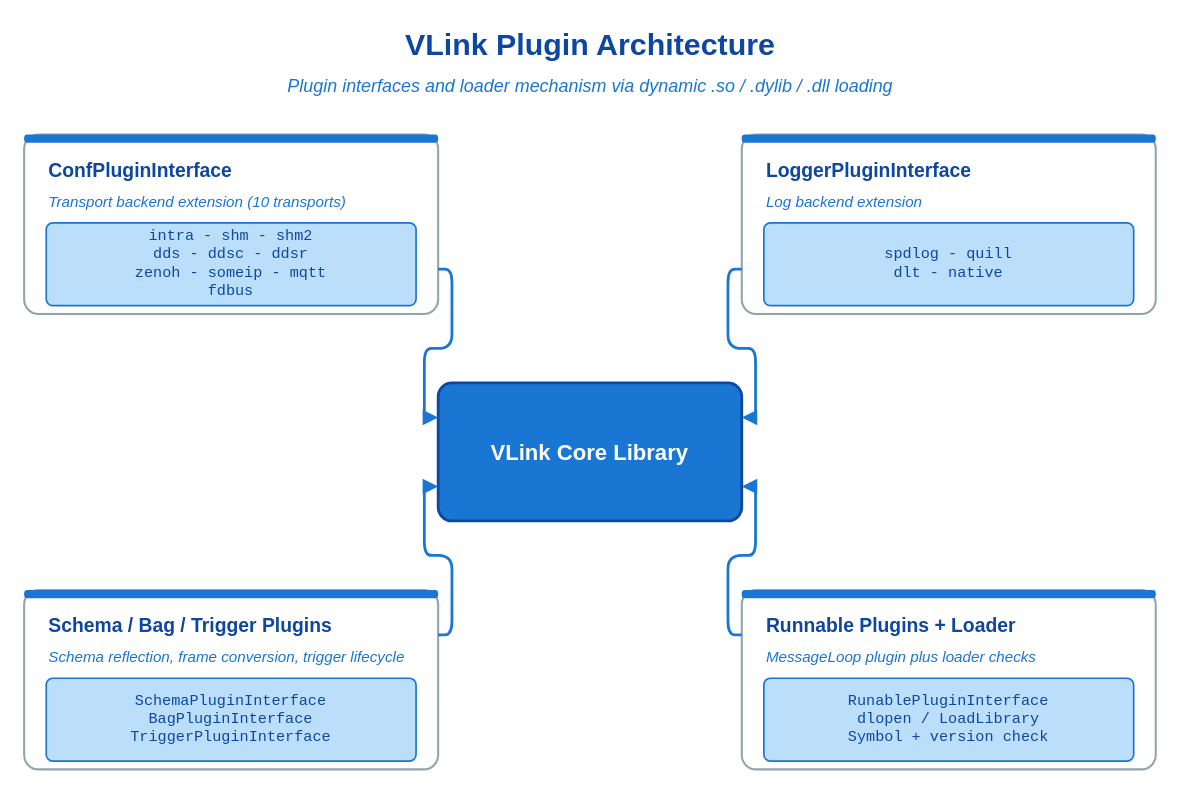
Above: doc/images/plugin-architecture.drawio in thun-res/vlink (draw.io), before the change. Source tidied: cells renumbered, new cells numbered last; positions are measured from the earlier drawing's top-left corner, leaving out a move shared by most shapes. Both pictures are drawn from the tidied source at 138%, with x=0, y=0 at pixel (23, 23).
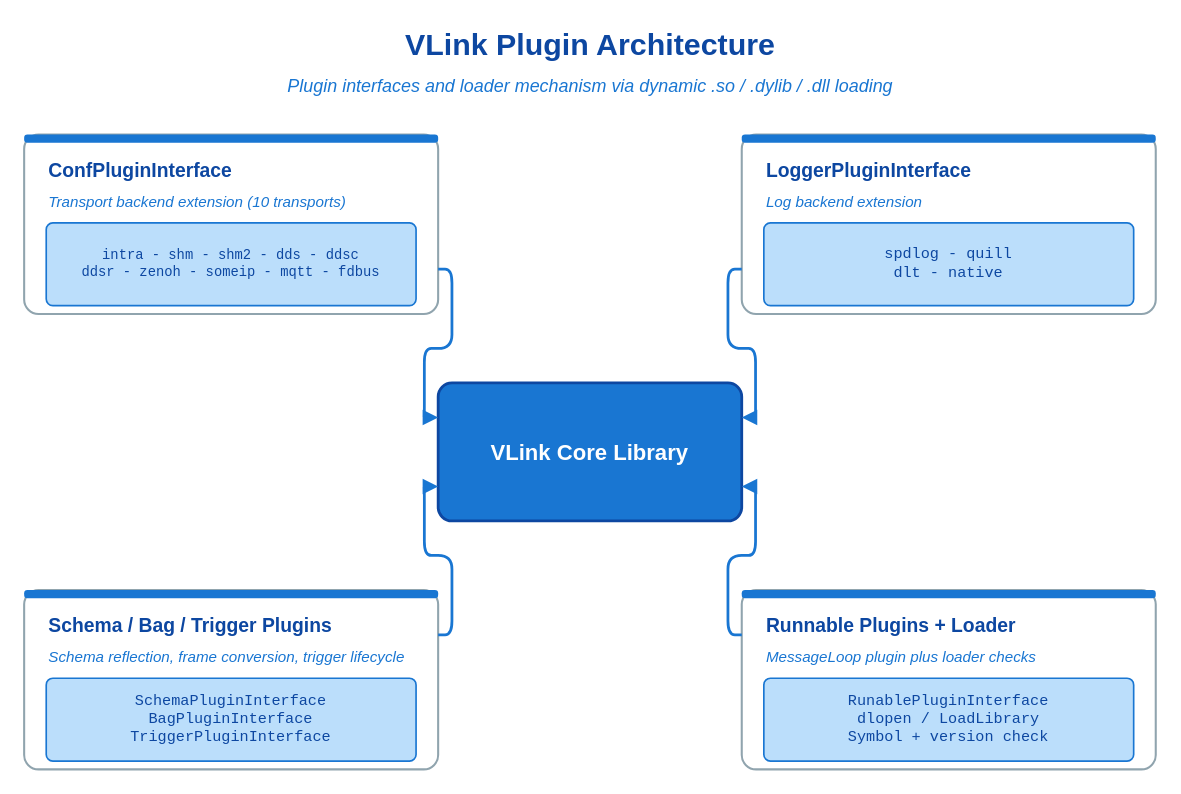
Above is the later version.

What changed in the source:
```diff
@@
-    <mxCell id="9" value="intra  -  shm  -  shm2&#10;dds  -  ddsc  -  ddsr&#10;zenoh  -  someip  -  mqtt&#10;fdbus" style="rounded=1;whiteSpace=wrap;html=1;fillColor=#bbdefb;strokeColor=#1976d2;strokeWidth=1.2;arcSize=8;fontFamily=Courier New;fontSize=11;fontColor=#0d47a1;align=center;" parent="1" vertex="1">
+    <mxCell id="9" value="intra  -  shm  -  shm2  -  dds  -  ddsc&#10;ddsr  -  zenoh  -  someip  -  mqtt  -  fdbus" style="rounded=1;whiteSpace=wrap;html=1;fillColor=#bbdefb;strokeColor=#1976d2;strokeWidth=1.2;arcSize=8;fontFamily=Courier New;fontSize=10;fontColor=#0d47a1;align=center;" parent="1" vertex="1">
       <mxGeometry x="16" y="144" width="268" height="60" as="geometry" />
     </mxCell>
```
